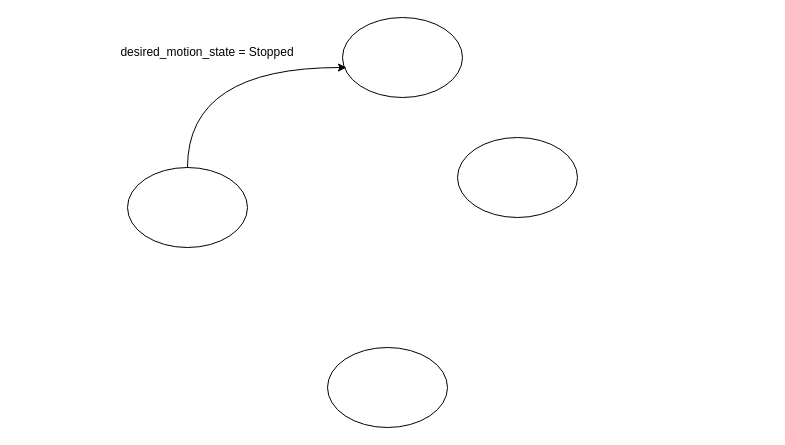
Above: Diagrams/UML/Loopcontroller.drawio in mekuro9/PWAO-CSU (draw.io), before the change. Source tidied: cells renumbered, new cells numbered last; positions are measured from the earlier drawing's top-left corner, leaving out a move shared by most shapes. Both pictures are drawn from the tidied source at 100%, with x=0, y=0 at pixel (97, 17).
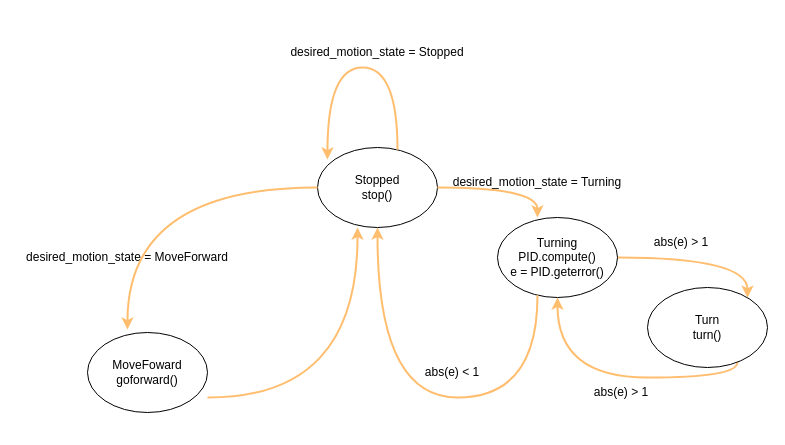
After the change.

What changed in the source:
```diff
@@
-    <mxCell id="2" style="ellipse;whiteSpace=wrap;html=1;" parent="1" vertex="1">
-      <mxGeometry x="230" y="330" width="120" height="80" as="geometry" />
-    </mxCell>
-    <mxCell id="3" style="ellipse;whiteSpace=wrap;html=1;" parent="1" vertex="1">
-      <mxGeometry x="30" y="150" width="120" height="80" as="geometry" />
-    </mxCell>
+    <mxCell id="8" style="edgeStyle=orthogonalEdgeStyle;rounded=0;jettySize=auto;html=1;curved=1;strokeColor=#ffbe6f;strokeWidth=2;" parent="1" edge="1" source="4" target="10">
+      <mxGeometry relative="1" as="geometry">
+        <Array as="points">
+          <mxPoint x="650" y="240" />
+        </Array>
+      </mxGeometry>
+    </mxCell>
-    <mxCell id="4" style="ellipse;whiteSpace=wrap;html=1;" parent="1" vertex="1">
-      <mxGeometry x="360" y="120" width="120" height="80" as="geometry" />
+    <mxCell id="4" value="&lt;div&gt;Turning&lt;/div&gt;&lt;div&gt;PID.compute()&lt;br&gt;&lt;/div&gt;&lt;div&gt;e = PID.geterror()&lt;br&gt;&lt;/div&gt;" style="ellipse;whiteSpace=wrap;html=1;" parent="1" vertex="1">
+      <mxGeometry x="400" y="200" width="120" height="80" as="geometry" />
     </mxCell>
-    <mxCell id="5" style="ellipse;whiteSpace=wrap;html=1;" parent="1" vertex="1">
-      <mxGeometry x="245" width="120" height="80" as="geometry" />
+    <mxCell id="5" value="&lt;div&gt;Stopped&lt;/div&gt;stop()" style="ellipse;whiteSpace=wrap;html=1;" parent="1" vertex="1">
+      <mxGeometry x="220" y="130" width="120" height="80" as="geometry" />
     </mxCell>
-    <mxCell id="6" style="edgeStyle=orthogonalEdgeStyle;rounded=0;jettySize=auto;html=1;entryX=0.033;entryY=0.625;entryDx=0;entryDy=0;entryPerimeter=0;curved=1;" parent="1" edge="1" source="3" target="5">
+    <mxCell id="6" style="edgeStyle=orthogonalEdgeStyle;rounded=0;orthogonalLoop=1;jettySize=auto;html=1;curved=1;entryX=0.083;entryY=0.15;entryDx=0;entryDy=0;strokeColor=#ffbe6f;entryPerimeter=0;strokeWidth=2;" parent="1" edge="1" source="5" target="5">
       <mxGeometry relative="1" as="geometry">
         <Array as="points">
-          <mxPoint x="90" y="50" />
+          <mxPoint x="300" y="50" />
+          <mxPoint x="230" y="50" />
         </Array>
       </mxGeometry>
     </mxCell>
     <mxCell id="7" value="desired_motion_state = Stopped" style="text;html=1;align=center;verticalAlign=middle;whiteSpace=wrap;rounded=0;" parent="1" vertex="1">
-      <mxGeometry y="20" width="220" height="30" as="geometry" />
+      <mxGeometry x="170" y="20" width="220" height="30" as="geometry" />
     </mxCell>
+    <mxCell id="9" style="edgeStyle=orthogonalEdgeStyle;rounded=0;jettySize=auto;html=1;entryX=0.5;entryY=1;entryDx=0;entryDy=0;curved=1;strokeColor=#ffbe6f;strokeWidth=2;" parent="1" edge="1" source="10" target="4">
+      <mxGeometry relative="1" as="geometry">
+        <Array as="points">
+          <mxPoint x="640" y="360" />
+          <mxPoint x="460" y="360" />
+        </Array>
+      </mxGeometry>
+    </mxCell>
+    <mxCell id="10" value="&lt;div&gt;Turn&lt;/div&gt;&lt;div&gt;turn()&lt;br&gt;&lt;/div&gt;" style="ellipse;whiteSpace=wrap;html=1;" parent="1" vertex="1">
+      <mxGeometry x="550" y="270" width="120" height="80" as="geometry" />
+    </mxCell>
+    <mxCell id="11" style="edgeStyle=orthogonalEdgeStyle;rounded=0;jettySize=auto;html=1;entryX=0.333;entryY=0;entryDx=0;entryDy=0;entryPerimeter=0;curved=1;strokeColor=#ffbe6f;strokeWidth=2;" parent="1" edge="1" source="5" target="4">
+      <mxGeometry relative="1" as="geometry" />
+    </mxCell>
+    <mxCell id="12" value="desired_motion_state = Turning" style="text;html=1;align=center;verticalAlign=middle;whiteSpace=wrap;rounded=0;" parent="1" vertex="1">
+      <mxGeometry x="330" y="150" width="220" height="30" as="geometry" />
+    </mxCell>
+    <mxCell id="13" value="abs(e) &amp;gt; 1" style="text;html=1;align=center;verticalAlign=middle;whiteSpace=wrap;rounded=0;" parent="1" vertex="1">
+      <mxGeometry x="540" y="210" width="88" height="30" as="geometry" />
+    </mxCell>
+    <mxCell id="14" value="abs(e) &amp;gt; 1" style="text;html=1;align=center;verticalAlign=middle;whiteSpace=wrap;rounded=0;" parent="1" vertex="1">
+      <mxGeometry x="480" y="360" width="88" height="30" as="geometry" />
+    </mxCell>
+    <mxCell id="15" value="&lt;div&gt;MoveFoward&lt;/div&gt;&lt;div&gt;goforward()&lt;br&gt;&lt;/div&gt;" style="ellipse;whiteSpace=wrap;html=1;" parent="1" vertex="1">
+      <mxGeometry x="-10" y="315" width="120" height="80" as="geometry" />
+    </mxCell>
+    <mxCell id="16" value="desired_motion_state = MoveForward" style="text;html=1;align=center;verticalAlign=middle;whiteSpace=wrap;rounded=0;" parent="1" vertex="1">
+      <mxGeometry x="-80" y="225" width="220" height="30" as="geometry" />
+    </mxCell>
+    <mxCell id="17" style="edgeStyle=orthogonalEdgeStyle;rounded=0;jettySize=auto;html=1;entryX=0.5;entryY=1;entryDx=0;entryDy=0;curved=1;strokeColor=#ffbe6f;strokeWidth=2;" parent="1" edge="1" source="4" target="5">
+      <mxGeometry relative="1" as="geometry">
+        <Array as="points">
+          <mxPoint x="440" y="380" />
+          <mxPoint x="280" y="380" />
+        </Array>
+      </mxGeometry>
+    </mxCell>
+    <mxCell id="18" value="abs(e) &amp;lt; 1" style="text;html=1;align=center;verticalAlign=middle;whiteSpace=wrap;rounded=0;" parent="1" vertex="1">
+      <mxGeometry x="310" y="340" width="90" height="30" as="geometry" />
+    </mxCell>
+    <mxCell id="19" style="edgeStyle=orthogonalEdgeStyle;rounded=0;jettySize=auto;html=1;entryX=0.333;entryY=-0.037;entryDx=0;entryDy=0;entryPerimeter=0;curved=1;strokeWidth=2;strokeColor=#ffbe6f;" parent="1" edge="1" source="5" target="15">
+      <mxGeometry relative="1" as="geometry" />
+    </mxCell>
+    <mxCell id="20" style="edgeStyle=orthogonalEdgeStyle;rounded=0;orthogonalLoop=1;jettySize=auto;html=1;curved=1;strokeWidth=2;strokeColor=#ffbe6f;" parent="1" edge="1">
+      <mxGeometry relative="1" as="geometry">
+        <mxPoint x="110" y="380" as="sourcePoint" />
+        <mxPoint x="260" y="210" as="targetPoint" />
+      </mxGeometry>
+    </mxCell>
```
